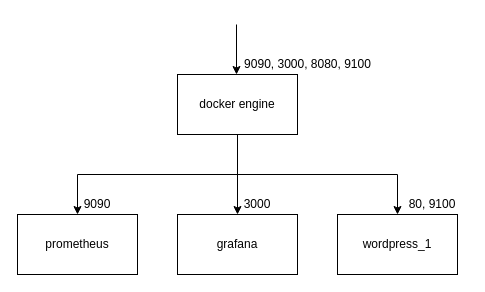
Before: src/cicd_infra/prometheus/images/名称未設定ファイル.drawio in iij/bootcamp, a draw.io diagram. Source tidied: cells renumbered, new cells numbered last; positions are measured from the earlier drawing's top-left corner, leaving out a move shared by most shapes. Both pictures are drawn from the tidied source at 100%, with x=0, y=0 at pixel (17, 24).
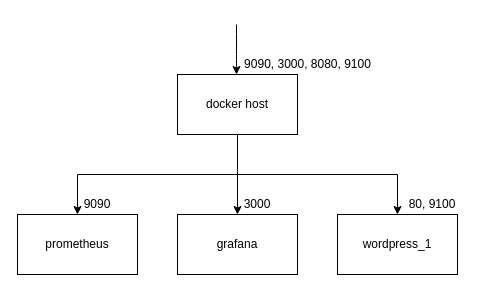
After the change.

Commit message (it also covers changes not shown here):
名称未設定ファイル.drawio を更新します

Diff of the diagram source:
```diff
@@
 <mxGraphModel>
   <root>
     <mxCell id="0" />
     <mxCell id="1" parent="0" />
     <mxCell id="2" style="edgeStyle=orthogonalEdgeStyle;rounded=0;jettySize=auto;html=1;" parent="1" edge="1" source="4" target="5">
       <mxGeometry relative="1" as="geometry">
         <Array as="points">
           <mxPoint x="220" y="150" />
           <mxPoint x="60" y="150" />
         </Array>
       </mxGeometry>
     </mxCell>
     <mxCell id="3" style="edgeStyle=orthogonalEdgeStyle;rounded=0;jettySize=auto;html=1;exitX=0.5;exitY=1;exitDx=0;exitDy=0;" parent="1" edge="1" source="4" target="8">
       <mxGeometry relative="1" as="geometry" />
     </mxCell>
-    <mxCell id="4" value="docker engine" style="rounded=0;whiteSpace=wrap;html=1;" parent="1" vertex="1">
+    <mxCell id="4" value="docker host" style="rounded=0;whiteSpace=wrap;html=1;" parent="1" vertex="1">
       <mxGeometry x="160" y="50" width="120" height="60" as="geometry" />
     </mxCell>
     <mxCell id="5" value="prometheus" style="rounded=0;whiteSpace=wrap;html=1;" parent="1" vertex="1">
       <mxGeometry y="190" width="120" height="60" as="geometry" />
     </mxCell>
     <mxCell id="6" value="grafana" style="rounded=0;whiteSpace=wrap;html=1;" parent="1" vertex="1">
       <mxGeometry x="160" y="190" width="120" height="60" as="geometry" />
     </mxCell>
     <mxCell id="7" style="endArrow=classic;html=1;exitX=0.5;exitY=1;exitDx=0;exitDy=0;entryX=0.5;entryY=0;entryDx=0;entryDy=0;" parent="1" edge="1" source="4" target="6">
       <mxGeometry relative="1" as="geometry" />
     </mxCell>
     <mxCell id="8" value="wordpress_1" style="rounded=0;whiteSpace=wrap;html=1;" parent="1" vertex="1">
       <mxGeometry x="320" y="190" width="120" height="60" as="geometry" />
     </mxCell>
     <mxCell id="9" value="80, 9100" style="text;html=1;strokeColor=none;fillColor=none;align=center;verticalAlign=middle;whiteSpace=wrap;rounded=0;" parent="1" vertex="1">
       <mxGeometry x="380" y="170" width="70" height="20" as="geometry" />
     </mxCell>
     <mxCell id="10" value="3000" style="text;html=1;strokeColor=none;fillColor=none;align=center;verticalAlign=middle;whiteSpace=wrap;rounded=0;" parent="1" vertex="1">
       <mxGeometry x="220" y="170" width="40" height="20" as="geometry" />
     </mxCell>
     <mxCell id="11" value="9090" style="text;html=1;strokeColor=none;fillColor=none;align=center;verticalAlign=middle;whiteSpace=wrap;rounded=0;" parent="1" vertex="1">
       <mxGeometry x="60" y="170" width="40" height="20" as="geometry" />
     </mxCell>
-    <mxCell id="12" style="endArrow=classic;html=1;entryX=0.5;entryY=0;entryDx=0;entryDy=0;" parent="1" edge="1">
+    <mxCell id="12" style="endArrow=classic;html=1;" parent="1" edge="1">
       <mxGeometry relative="1" as="geometry">
         <mxPoint x="219" as="sourcePoint" />
         <mxPoint x="219" y="50" as="targetPoint" />
+        <Array as="points">
+          <mxPoint x="219" y="20" />
+          <mxPoint x="219" y="40" />
+        </Array>
       </mxGeometry>
     </mxCell>
     <mxCell id="13" value="9090, 3000, 8080, 9100" style="text;html=1;align=center;verticalAlign=middle;strokeColor=none;" parent="1" vertex="1">
       <mxGeometry x="220" y="30" width="140" height="20" as="geometry" />
     </mxCell>
   </root>
 </mxGraphModel>
```
